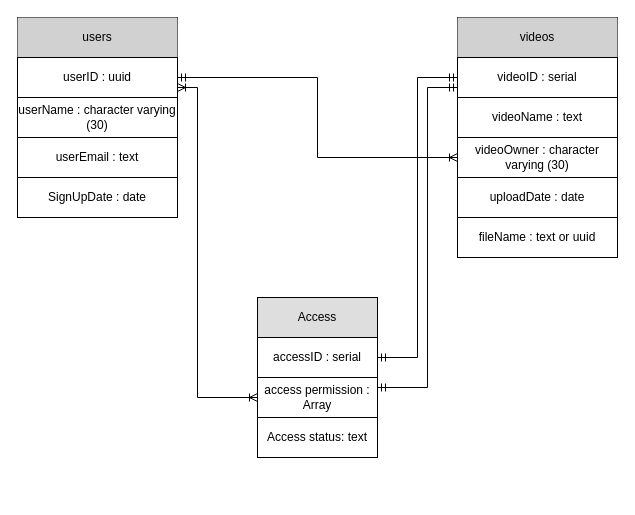
This is diagram.drawio from Shinikai123/test-gallery-front, a draw.io file, before an edit. Source tidied: cells renumbered, new cells numbered last; positions are measured from the earlier drawing's top-left corner, leaving out a move shared by most shapes. Both pictures are drawn from the tidied source at 100%, with x=0, y=0 at pixel (17, 17).
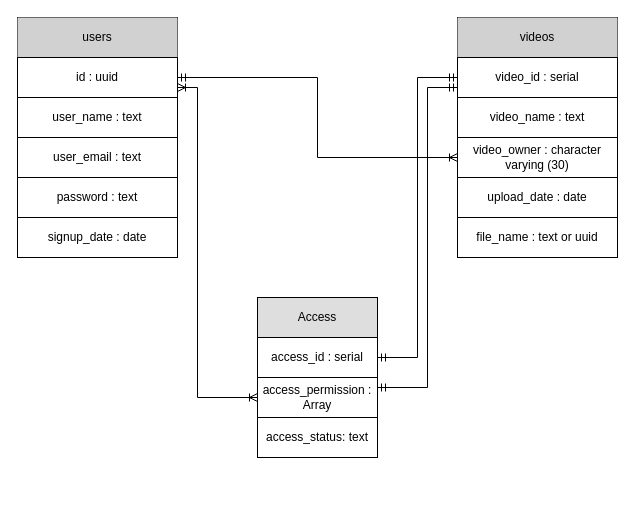
Above is the later version.

The change refers to these unchanged cells:
```xml
<mxCell id="2" style="group;" parent="1" vertex="1">
  <mxGeometry x="240" y="280" width="120" height="200" as="geometry" />
</mxCell>
<mxCell id="8" style="group;" parent="1" vertex="1">
  <mxGeometry x="440" width="160" height="240" as="geometry" />
</mxCell>
<mxCell id="18" style="group;" parent="1" vertex="1">
  <mxGeometry width="160" height="200" as="geometry" />
</mxCell>
```

What changed in the source:
```diff
@@
-    <mxCell id="5" value="&lt;div&gt;access permission : Array&lt;/div&gt;" style="rounded=0;whiteSpace=wrap;html=1;" parent="2" vertex="1">
+    <mxCell id="5" value="&lt;div&gt;access_permission : Array&lt;/div&gt;" style="rounded=0;whiteSpace=wrap;html=1;" parent="2" vertex="1">
       <mxGeometry y="80" width="120" height="40" as="geometry" />
     </mxCell>
-    <mxCell id="6" value="Access status: text" style="rounded=0;whiteSpace=wrap;html=1;fillColor=default;" parent="2" vertex="1">
+    <mxCell id="6" value="access_status: text" style="rounded=0;whiteSpace=wrap;html=1;fillColor=default;" parent="2" vertex="1">
       <mxGeometry y="120" width="120" height="40" as="geometry" />
     </mxCell>
-    <mxCell id="7" value="accessID : serial" style="rounded=0;whiteSpace=wrap;html=1;fillColor=default;" parent="2" vertex="1">
+    <mxCell id="7" value="access_id : serial" style="rounded=0;whiteSpace=wrap;html=1;fillColor=default;" parent="2" vertex="1">
       <mxGeometry y="40" width="120" height="40" as="geometry" />
     </mxCell>
@@
-    <mxCell id="13" value="videoID : serial" style="text;strokeColor=none;align=center;fillColor=none;html=1;verticalAlign=middle;whiteSpace=wrap;rounded=0;" parent="8" vertex="1">
+    <mxCell id="13" value="video_id : serial" style="text;strokeColor=none;align=center;fillColor=none;html=1;verticalAlign=middle;whiteSpace=wrap;rounded=0;" parent="8" vertex="1">
       <mxGeometry y="40" width="160" height="40" as="geometry" />
     </mxCell>
-    <mxCell id="14" value="videoName : text" style="rounded=0;whiteSpace=wrap;html=1;fillColor=none;" parent="8" vertex="1">
+    <mxCell id="14" value="video_name : text" style="rounded=0;whiteSpace=wrap;html=1;fillColor=none;" parent="8" vertex="1">
       <mxGeometry y="80" width="160" height="40" as="geometry" />
     </mxCell>
-    <mxCell id="15" value="videoOwner : character varying (30)" style="rounded=0;whiteSpace=wrap;html=1;fillColor=none;" parent="8" vertex="1">
+    <mxCell id="15" value="video_owner : character varying (30)" style="rounded=0;whiteSpace=wrap;html=1;fillColor=none;" parent="8" vertex="1">
       <mxGeometry y="120" width="160" height="40" as="geometry" />
     </mxCell>
-    <mxCell id="16" value="uploadDate : date" style="whiteSpace=wrap;html=1;fillColor=none;" parent="8" vertex="1">
+    <mxCell id="16" value="upload_date : date" style="whiteSpace=wrap;html=1;fillColor=none;" parent="8" vertex="1">
       <mxGeometry y="160" width="160" height="40" as="geometry" />
     </mxCell>
-    <mxCell id="17" value="fileName : text or uuid" style="rounded=0;whiteSpace=wrap;html=1;" parent="8" vertex="1">
+    <mxCell id="17" value="file_name : text or uuid" style="rounded=0;whiteSpace=wrap;html=1;" parent="8" vertex="1">
       <mxGeometry y="200" width="160" height="40" as="geometry" />
     </mxCell>
@@
-    <mxCell id="23" value="userID : uuid" style="text;strokeColor=none;align=center;fillColor=none;html=1;verticalAlign=middle;whiteSpace=wrap;rounded=0;" parent="18" vertex="1">
+    <mxCell id="23" value="&lt;div&gt;id : uuid&lt;/div&gt;" style="text;strokeColor=none;align=center;fillColor=none;html=1;verticalAlign=middle;whiteSpace=wrap;rounded=0;" parent="18" vertex="1">
       <mxGeometry y="40" width="160" height="40" as="geometry" />
     </mxCell>
@@
-    <mxCell id="25" value="userName : character varying (30)" style="text;strokeColor=none;align=center;fillColor=none;html=1;verticalAlign=middle;whiteSpace=wrap;rounded=0;" parent="18" vertex="1">
+    <mxCell id="25" value="user_name : text" style="text;strokeColor=none;align=center;fillColor=none;html=1;verticalAlign=middle;whiteSpace=wrap;rounded=0;" parent="18" vertex="1">
       <mxGeometry y="80" width="160" height="40" as="geometry" />
     </mxCell>
@@
-    <mxCell id="27" value="&lt;div&gt;userEmail : text&lt;/div&gt;" style="text;strokeColor=none;align=center;fillColor=none;html=1;verticalAlign=middle;whiteSpace=wrap;rounded=0;" parent="18" vertex="1">
+    <mxCell id="27" value="user_email : text" style="text;strokeColor=none;align=center;fillColor=none;html=1;verticalAlign=middle;whiteSpace=wrap;rounded=0;" parent="18" vertex="1">
       <mxGeometry y="120" width="160" height="40" as="geometry" />
     </mxCell>
-    <mxCell id="28" value="SignUpDate : date" style="rounded=0;whiteSpace=wrap;html=1;fillColor=none;" parent="18" vertex="1">
-      <mxGeometry y="160" width="160" height="40" as="geometry" />
-    </mxCell>
@@
+    <mxCell id="28" value="&lt;div&gt;signup_date : date&lt;/div&gt;" style="rounded=0;whiteSpace=wrap;html=1;fillColor=default;" parent="1" vertex="1">
+      <mxGeometry y="200" width="160" height="40" as="geometry" />
+    </mxCell>
+    <mxCell id="33" value="password : text" style="rounded=0;whiteSpace=wrap;html=1;" parent="1" vertex="1">
+      <mxGeometry y="160" width="160" height="40" as="geometry" />
+    </mxCell>
```
